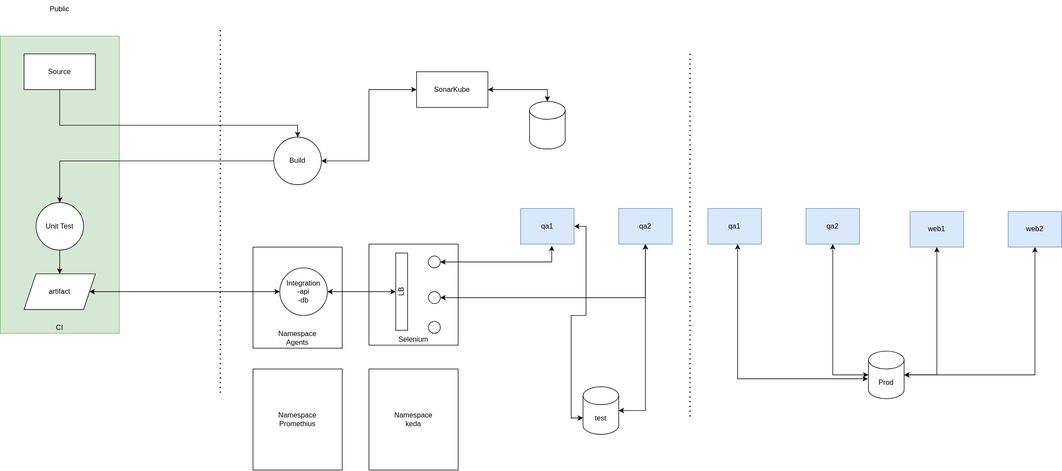
vjavle/invoicecloud keeps this draw.io diagram as infra/agentsinfrastructureunderstanding.svg. Above is the earlier version. Source tidied: cells renumbered, new cells last; positions are measured from the earlier drawing's top-left corner, leaving out a move shared by most shapes.
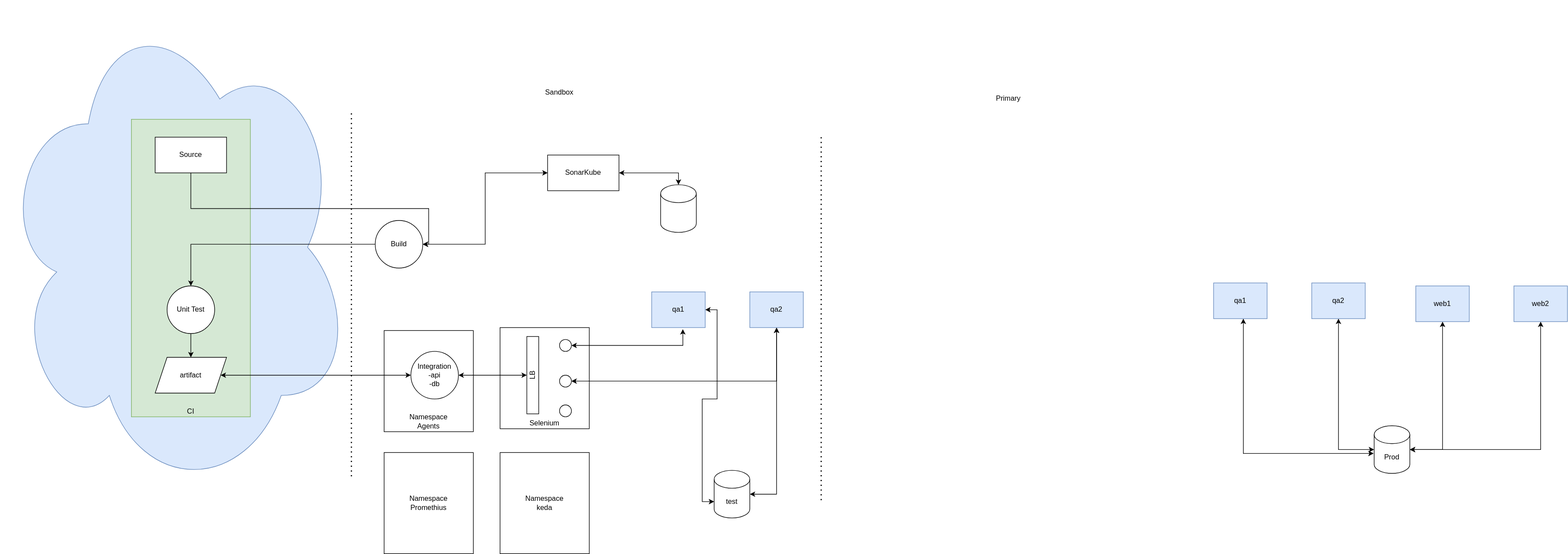
The same file after the commit.

The edit, as a diff of the source:
```diff
@@ -2,6 +2,9 @@
   <root>
     <mxCell id="0" />
     <mxCell id="1" parent="0" />
+    <mxCell id="44" style="ellipse;shape=cloud;whiteSpace=wrap;html=1;fillColor=#dae8fc;strokeColor=#6c8ebf;" parent="1" vertex="1">
+      <mxGeometry x="-220" y="-140" width="590" height="830" as="geometry" />
+    </mxCell>
     <mxCell id="2" value="Namespace&lt;br&gt;Agents" style="rounded=0;whiteSpace=wrap;html=1;verticalAlign=bottom;" parent="1" vertex="1">
       <mxGeometry x="425" y="415" width="150" height="170" as="geometry" />
     </mxCell>
@@ -35,7 +38,7 @@
       <mxGeometry relative="1" as="geometry" />
     </mxCell>
     <mxCell id="10" value="Build" style="ellipse;whiteSpace=wrap;html=1;" parent="1" vertex="1">
-      <mxGeometry x="460" y="230" width="80" height="80" as="geometry" />
+      <mxGeometry x="410" y="230" width="80" height="80" as="geometry" />
     </mxCell>
     <mxCell id="11" style="edgeStyle=orthogonalEdgeStyle;rounded=0;jettySize=auto;html=1;startArrow=classic;startFill=1;" parent="1" edge="1" source="12" target="19">
       <mxGeometry relative="1" as="geometry" />
@@ -43,9 +46,6 @@
     <mxCell id="12" value="artifact" style="shape=parallelogram;perimeter=parallelogramPerimeter;whiteSpace=wrap;html=1;fixedSize=1;" parent="1" vertex="1">
       <mxGeometry x="40" y="460" width="120" height="60" as="geometry" />
     </mxCell>
-    <mxCell id="13" value="Public" style="text;html=1;strokeColor=none;fillColor=none;align=center;verticalAlign=middle;whiteSpace=wrap;rounded=0;" parent="1" vertex="1">
-      <mxGeometry x="70" width="60" height="30" as="geometry" />
-    </mxCell>
     <mxCell id="14" style="edgeStyle=orthogonalEdgeStyle;rounded=0;jettySize=auto;html=1;startArrow=classic;startFill=1;entryX=0;entryY=0;entryDx=0;entryDy=52.5;entryPerimeter=0;" parent="1" edge="1" source="15" target="33">
       <mxGeometry relative="1" as="geometry" />
     </mxCell>
@@ -109,18 +109,18 @@
     <mxCell id="34" style="edgeStyle=orthogonalEdgeStyle;rounded=0;jettySize=auto;html=1;entryX=-0.015;entryY=0.582;entryDx=0;entryDy=0;entryPerimeter=0;startArrow=classic;startFill=1;" parent="1" edge="1" source="35" target="39">
       <mxGeometry relative="1" as="geometry">
         <Array as="points">
-          <mxPoint x="1240" y="637" />
+          <mxPoint x="1870" y="622" />
         </Array>
       </mxGeometry>
     </mxCell>
     <mxCell id="35" value="qa1" style="rounded=0;whiteSpace=wrap;html=1;fillColor=#dae8fc;strokeColor=#6c8ebf;" parent="1" vertex="1">
-      <mxGeometry x="1190" y="350" width="90" height="60" as="geometry" />
+      <mxGeometry x="1820" y="335" width="90" height="60" as="geometry" />
     </mxCell>
     <mxCell id="36" style="edgeStyle=orthogonalEdgeStyle;rounded=0;jettySize=auto;html=1;entryX=0;entryY=0.5;entryDx=0;entryDy=0;entryPerimeter=0;startArrow=classic;startFill=1;exitX=0.5;exitY=1;exitDx=0;exitDy=0;" parent="1" edge="1" source="37" target="39">
       <mxGeometry relative="1" as="geometry" />
     </mxCell>
     <mxCell id="37" value="qa2" style="rounded=0;whiteSpace=wrap;html=1;fillColor=#dae8fc;strokeColor=#6c8ebf;" parent="1" vertex="1">
-      <mxGeometry x="1355" y="350" width="90" height="60" as="geometry" />
+      <mxGeometry x="1985" y="335" width="90" height="60" as="geometry" />
     </mxCell>
     <mxCell id="38" style="endArrow=none;dashed=1;html=1;dashPattern=1 3;strokeWidth=2;rounded=0;" parent="1" edge="1">
       <mxGeometry relative="1" as="geometry">
@@ -129,27 +129,33 @@
       </mxGeometry>
     </mxCell>
     <mxCell id="39" value="Prod" style="shape=cylinder3;whiteSpace=wrap;html=1;boundedLbl=1;backgroundOutline=1;size=15;" parent="1" vertex="1">
-      <mxGeometry x="1460" y="590" width="60" height="80" as="geometry" />
+      <mxGeometry x="2090" y="575" width="60" height="80" as="geometry" />
     </mxCell>
     <mxCell id="40" style="edgeStyle=orthogonalEdgeStyle;rounded=0;jettySize=auto;html=1;entryX=1;entryY=0.5;entryDx=0;entryDy=0;entryPerimeter=0;startArrow=classic;startFill=1;" parent="1" edge="1" source="41" target="39">
       <mxGeometry relative="1" as="geometry">
         <Array as="points">
-          <mxPoint x="1575" y="630" />
+          <mxPoint x="2205" y="615" />
         </Array>
       </mxGeometry>
     </mxCell>
     <mxCell id="41" value="web1" style="rounded=0;whiteSpace=wrap;html=1;fillColor=#dae8fc;strokeColor=#6c8ebf;" parent="1" vertex="1">
-      <mxGeometry x="1530" y="355" width="90" height="60" as="geometry" />
+      <mxGeometry x="2160" y="340" width="90" height="60" as="geometry" />
     </mxCell>
     <mxCell id="42" style="edgeStyle=orthogonalEdgeStyle;rounded=0;jettySize=auto;html=1;entryX=1;entryY=0.5;entryDx=0;entryDy=0;entryPerimeter=0;startArrow=classic;startFill=1;" parent="1" edge="1" source="43" target="39">
       <mxGeometry relative="1" as="geometry">
         <Array as="points">
-          <mxPoint x="1740" y="630" />
+          <mxPoint x="2370" y="615" />
         </Array>
       </mxGeometry>
     </mxCell>
     <mxCell id="43" value="web2" style="rounded=0;whiteSpace=wrap;html=1;fillColor=#dae8fc;strokeColor=#6c8ebf;" parent="1" vertex="1">
-      <mxGeometry x="1695" y="355" width="90" height="60" as="geometry" />
+      <mxGeometry x="2325" y="340" width="90" height="60" as="geometry" />
     </mxCell>
+    <mxCell id="45" value="Sandbox" style="text;html=1;strokeColor=none;fillColor=none;align=center;verticalAlign=middle;whiteSpace=wrap;rounded=0;" parent="1" vertex="1">
+      <mxGeometry x="690" width="60" height="30" as="geometry" />
+    </mxCell>
+    <mxCell id="46" value="Primary" style="text;html=1;strokeColor=none;fillColor=none;align=center;verticalAlign=middle;whiteSpace=wrap;rounded=0;" parent="1" vertex="1">
+      <mxGeometry x="1445" y="10" width="60" height="30" as="geometry" />
+    </mxCell>
   </root>
 </mxGraphModel>
```
